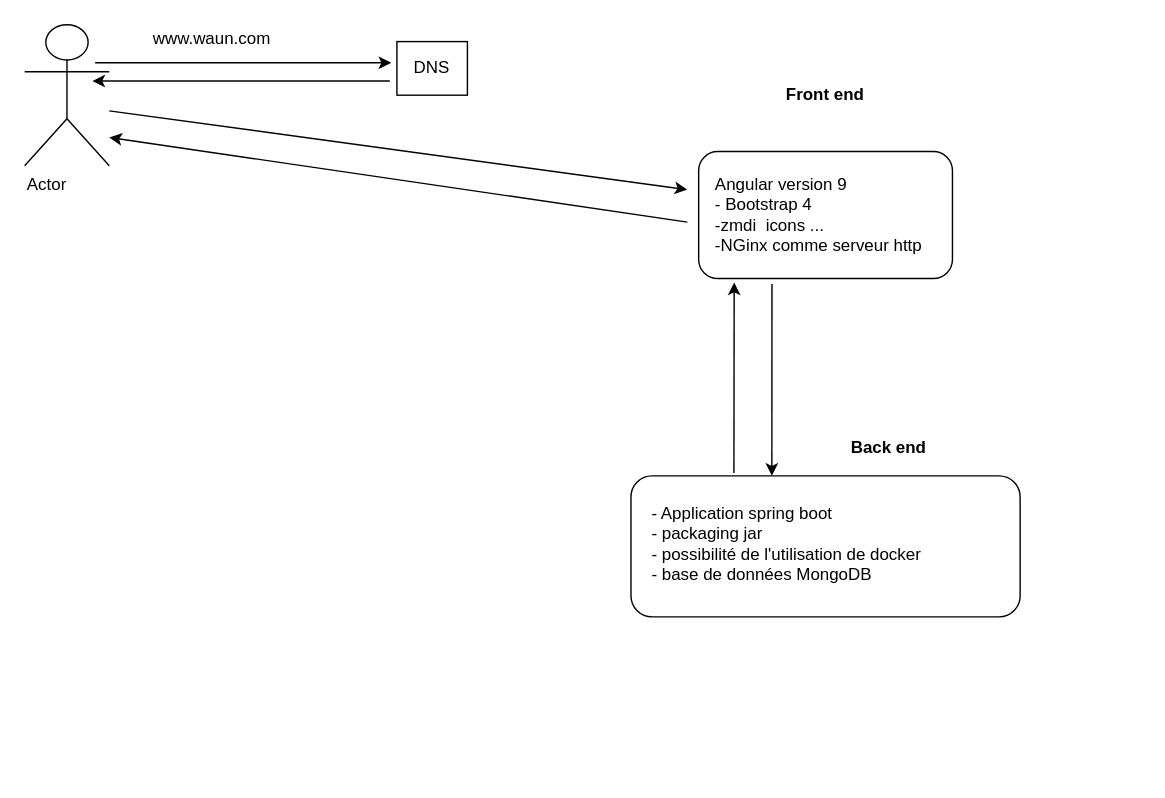
The draw.io diagram diagramme technique.drawio in jbtarik/diagrammes, before the edit. Source tidied: cells renumbered, new cells numbered last; positions are measured from the earlier drawing's top-left corner, leaving out a move shared by most shapes. Both pictures are drawn from the tidied source at 141%, with x=0, y=0 at pixel (24, 24).
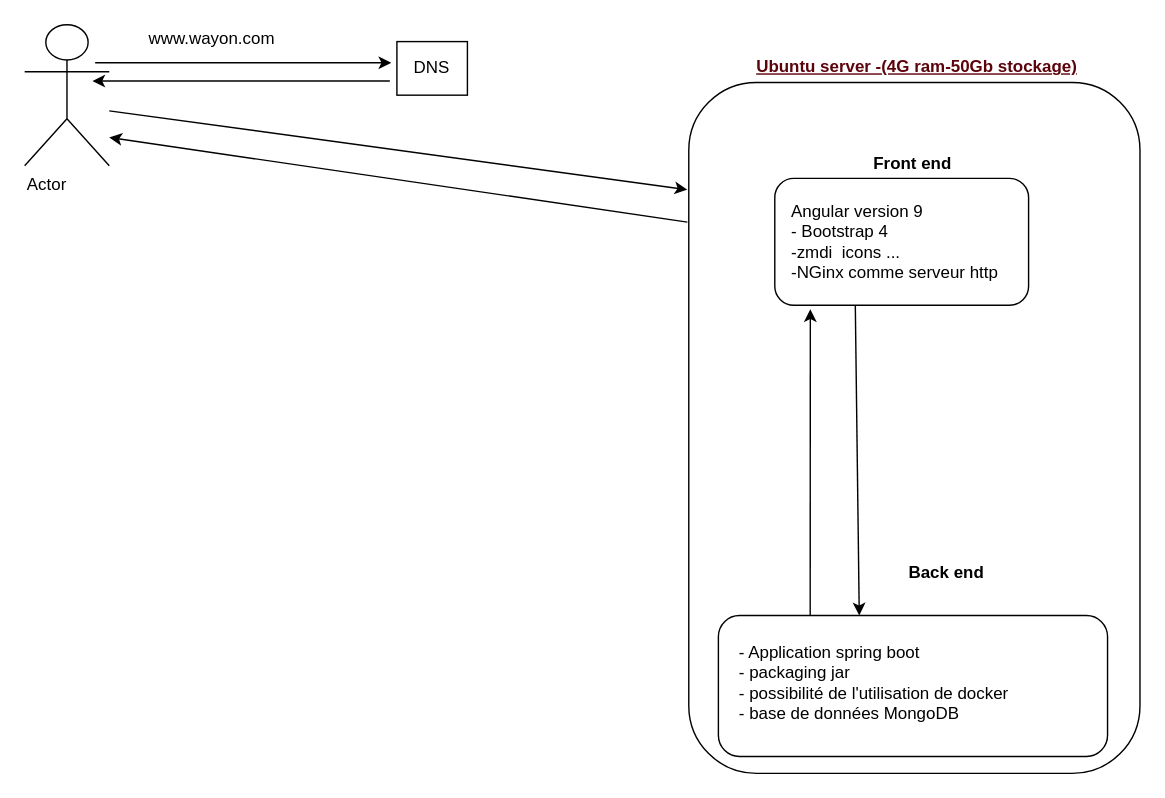
Above is the later version.

Diff of the diagram source:
```diff
@@
     <mxCell id="2" value="Angular version 9&lt;br&gt;- Bootstrap 4&lt;br&gt;-zmdi&amp;nbsp; icons ...&lt;br&gt;-NGinx comme serveur http" style="rounded=1;whiteSpace=wrap;html=1;align=left;spacing=12;" parent="1" vertex="1">
-      <mxGeometry x="478" y="90" width="180" height="90" as="geometry" />
+      <mxGeometry x="532" y="109" width="180" height="90" as="geometry" />
     </mxCell>
     <mxCell id="3" value="Front end" style="text;html=1;strokeColor=none;fillColor=none;align=center;verticalAlign=middle;whiteSpace=wrap;rounded=0;fontStyle=1;" parent="1" vertex="1">
-      <mxGeometry x="523" y="40" width="90" height="20" as="geometry" />
+      <mxGeometry x="585" y="89" width="90" height="20" as="geometry" />
     </mxCell>
     <mxCell id="4" value="- Application spring boot&lt;br&gt;- packaging jar&amp;nbsp;&lt;br&gt;- possibilité de l'utilisation de docker&lt;br&gt;- base de données MongoDB" style="rounded=1;whiteSpace=wrap;html=1;align=left;spacingTop=0;spacing=15;verticalAlign=top;" parent="1" vertex="1">
-      <mxGeometry x="430" y="320" width="276" height="100" as="geometry" />
+      <mxGeometry x="492" y="419" width="276" height="100" as="geometry" />
     </mxCell>
     <mxCell id="5" value="Back end" style="text;html=1;strokeColor=none;fillColor=none;align=center;verticalAlign=middle;whiteSpace=wrap;rounded=0;fontStyle=1;" parent="1" vertex="1">
-      <mxGeometry x="568" y="290" width="90" height="20" as="geometry" />
+      <mxGeometry x="609" y="379" width="90" height="20" as="geometry" />
     </mxCell>
@@
-    <mxCell id="9" value="www.waun.com" style="text;html=1;strokeColor=none;fillColor=none;align=center;verticalAlign=middle;whiteSpace=wrap;rounded=0;" parent="1" vertex="1">
+    <mxCell id="9" value="www.wayon.com" style="text;html=1;strokeColor=none;fillColor=none;align=center;verticalAlign=middle;whiteSpace=wrap;rounded=0;" parent="1" vertex="1">
       <mxGeometry x="113" width="40" height="20" as="geometry" />
     </mxCell>
@@
-    <mxCell id="12" style="endArrow=classic;html=1;entryX=0.362;entryY=0;entryDx=0;entryDy=0;entryPerimeter=0;" parent="1" edge="1" target="4">
+    <mxCell id="12" style="endArrow=classic;html=1;entryX=0.362;entryY=0;entryDx=0;entryDy=0;entryPerimeter=0;exitX=0.344;exitY=0.224;exitDx=0;exitDy=0;exitPerimeter=0;" parent="1" edge="1" target="4">
       <mxGeometry relative="1" as="geometry">
-        <mxPoint x="530" y="184" as="sourcePoint" />
+        <mxPoint x="589.1" y="198.8" as="sourcePoint" />
       </mxGeometry>
     </mxCell>
-    <mxCell id="13" style="endArrow=classic;html=1;entryX=0.14;entryY=1.031;entryDx=0;entryDy=0;entryPerimeter=0;" parent="1" edge="1" target="2">
+    <mxCell id="13" style="endArrow=classic;html=1;entryX=0.14;entryY=1.031;entryDx=0;entryDy=0;entryPerimeter=0;exitX=0.244;exitY=0.673;exitDx=0;exitDy=0;exitPerimeter=0;" parent="1" edge="1" target="2">
       <mxGeometry relative="1" as="geometry">
-        <mxPoint x="503" y="318" as="sourcePoint" />
+        <mxPoint x="557.1" y="418.8" as="sourcePoint" />
       </mxGeometry>
     </mxCell>
@@
+    <mxCell id="15" style="rounded=1;whiteSpace=wrap;html=1;align=center;fillColor=none;" parent="1" vertex="1">
+      <mxGeometry x="471" y="41" width="320" height="490" as="geometry" />
+    </mxCell>
+    <mxCell id="16" value="Ubuntu server -(4G ram-50Gb stockage)" style="text;html=1;strokeColor=none;fillColor=none;align=center;verticalAlign=middle;whiteSpace=wrap;rounded=0;fontStyle=5;fontColor=#5C040C;" parent="1" vertex="1">
+      <mxGeometry x="498" y="20" width="270" height="20" as="geometry" />
+    </mxCell>
```
